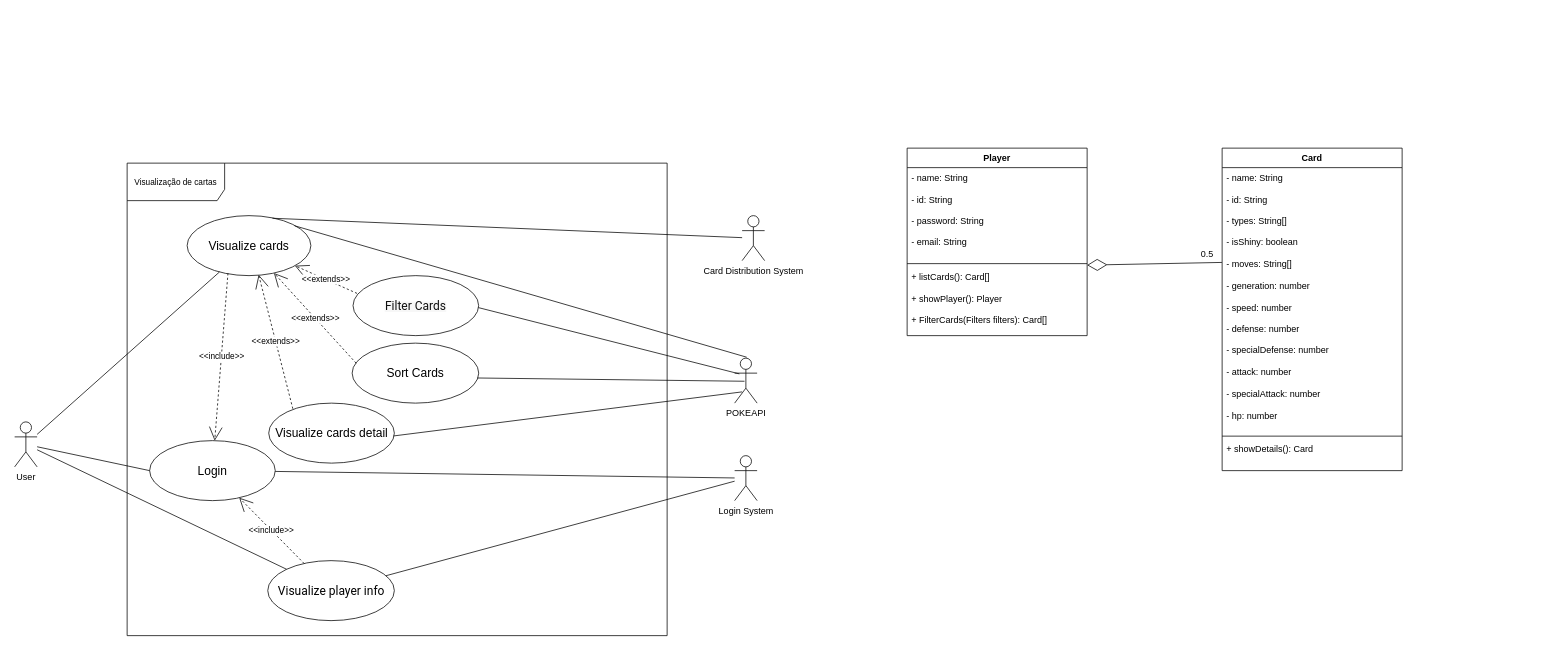
Earlier version of the draw.io diagram docs/UML projeto S03 V3.drawio (Inatel-S03-2025-2/visualizacao-de-cartas). Source tidied: cells renumbered, new cells numbered last; positions are measured from the earlier drawing's top-left corner, leaving out a move shared by most shapes. Both pictures are drawn from the tidied source at 75%, with x=0, y=0 at pixel (14, 148).
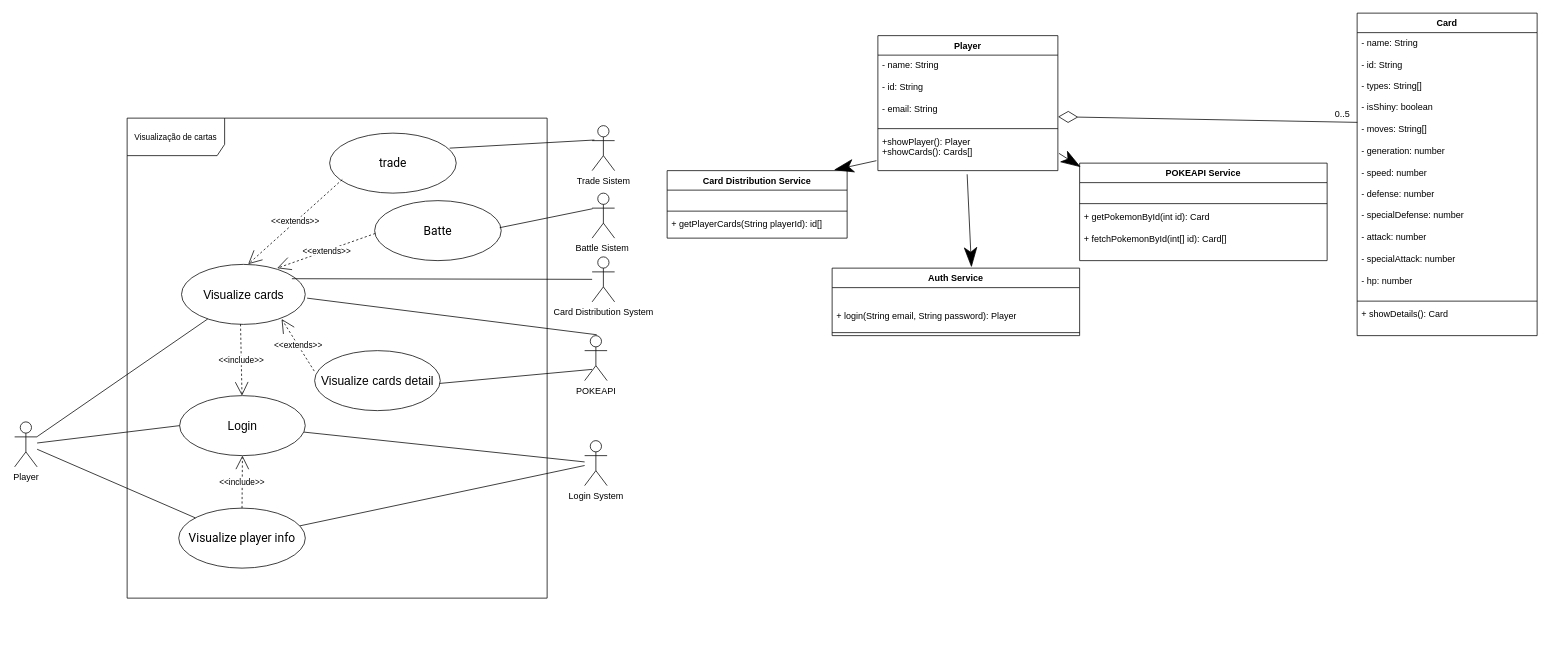
Above is the later version.

The change refers to these unchanged cells:
```xml
<mxCell id="30" value="- name: String&lt;div&gt;&lt;br&gt;&lt;/div&gt;&lt;div&gt;- id: String&lt;/div&gt;&lt;div&gt;&lt;br&gt;&lt;/div&gt;&lt;div&gt;- types: String[]&lt;/div&gt;&lt;div&gt;&lt;br&gt;&lt;/div&gt;&lt;div&gt;- isShiny: boolean&lt;/div&gt;&lt;div&gt;&lt;br&gt;&lt;/div&gt;&lt;div&gt;- moves: String[]&lt;/div&gt;&lt;div&gt;&lt;br&gt;&lt;/div&gt;&lt;div&gt;- generation: number&lt;/div&gt;&lt;div&gt;&lt;br&gt;&lt;/div&gt;&lt;div&gt;- speed: number&lt;/div&gt;&lt;div&gt;&lt;br&gt;&lt;/div&gt;&lt;div&gt;- defense: number&lt;/div&gt;&lt;div&gt;&lt;br&gt;&lt;/div&gt;&lt;div&gt;- specialDefense: number&lt;/div&gt;&lt;div&gt;&lt;br&gt;&lt;/div&gt;&lt;div&gt;- attack: number&lt;/div&gt;&lt;div&gt;&lt;br&gt;&lt;/div&gt;&lt;div&gt;- specialAttack: number&lt;/div&gt;&lt;div&gt;&lt;br&gt;&lt;/div&gt;&lt;div&gt;- hp: number&lt;/div&gt;" style="text;strokeColor=none;fillColor=none;align=left;verticalAlign=top;spacingLeft=4;spacingRight=4;overflow=hidden;points=[[0,0.5],[1,0.5]];portConstraint=eastwest;whiteSpace=wrap;html=1;" parent="29" vertex="1">
  <mxGeometry y="26" width="240" height="354" as="geometry" />
</mxCell>
```

Diff of the diagram source:
```diff
@@
     <mxCell id="2" value="&lt;div style=&quot;text-align: start;&quot;&gt;&lt;font face=&quot;Roboto, sans-serif&quot;&gt;&lt;span style=&quot;font-size: 16px; white-space-collapse: preserve;&quot;&gt;Visualize player info&lt;/span&gt;&lt;/font&gt;&lt;/div&gt;" style="ellipse;whiteSpace=wrap;html=1;" parent="1" vertex="1">
-      <mxGeometry x="337.5" y="550" width="168.8" height="80" as="geometry" />
+      <mxGeometry x="218.8" y="480" width="168.8" height="80" as="geometry" />
     </mxCell>
     <mxCell id="3" value="&lt;span style=&quot;font-size: 16px;&quot;&gt;Visualize cards&lt;/span&gt;" style="ellipse;whiteSpace=wrap;html=1;" parent="1" vertex="1">
-      <mxGeometry x="230" y="90" width="165" height="80" as="geometry" />
+      <mxGeometry x="222.5" y="155" width="165" height="80" as="geometry" />
     </mxCell>
-    <mxCell id="4" value="&lt;span style=&quot;color: rgb(17, 17, 17); font-family: Roboto, sans-serif; text-align: start; white-space-collapse: preserve; background-color: rgb(247, 247, 247);&quot;&gt;&lt;font style=&quot;font-size: 16px;&quot;&gt;Filter Cards&lt;/font&gt;&lt;/span&gt;" style="ellipse;whiteSpace=wrap;html=1;" parent="1" vertex="1">
-      <mxGeometry x="451.2" y="170" width="167.5" height="80" as="geometry" />
-    </mxCell>
-    <mxCell id="5" value="&lt;div style=&quot;text-align: start;&quot;&gt;&lt;font style=&quot;font-size: 16px;&quot;&gt;Sort Cards&lt;/font&gt;&lt;/div&gt;" style="ellipse;whiteSpace=wrap;html=1;" parent="1" vertex="1">
-      <mxGeometry x="450" y="260" width="168.8" height="80" as="geometry" />
-    </mxCell>
     <mxCell id="6" value="Visualização de cartas" style="shape=umlFrame;whiteSpace=wrap;html=1;fontFamily=Helvetica;fontSize=11;fontColor=default;labelBackgroundColor=default;width=130;height=50;" parent="1" vertex="1">
-      <mxGeometry x="150" y="20" width="720" height="630" as="geometry" />
+      <mxGeometry x="150" y="-40" width="560" height="640" as="geometry" />
     </mxCell>
     <mxCell id="7" value="&lt;font style=&quot;font-size: 16px;&quot;&gt;Visualize cards detail&lt;/font&gt;" style="ellipse;whiteSpace=wrap;html=1;" parent="1" vertex="1">
-      <mxGeometry x="338.8" y="340" width="167.5" height="80" as="geometry" />
+      <mxGeometry x="400" y="270" width="167.5" height="80" as="geometry" />
     </mxCell>
-    <mxCell id="8" value="&amp;lt;&amp;lt;extends&amp;gt;&amp;gt;" style="endArrow=open;endSize=16;endFill=0;html=1;rounded=0;strokeColor=default;align=center;verticalAlign=middle;fontFamily=Helvetica;fontSize=11;fontColor=default;labelBackgroundColor=default;dashed=1;exitX=0.192;exitY=0.094;exitDx=0;exitDy=0;exitPerimeter=0;entryX=0.578;entryY=0.986;entryDx=0;entryDy=0;entryPerimeter=0;" parent="1" edge="1" source="7" target="3">
+    <mxCell id="8" value="&amp;lt;&amp;lt;extends&amp;gt;&amp;gt;" style="endArrow=open;endSize=16;endFill=0;html=1;rounded=0;strokeColor=default;align=center;verticalAlign=middle;fontFamily=Helvetica;fontSize=11;fontColor=default;labelBackgroundColor=default;dashed=1;exitX=-0.003;exitY=0.341;exitDx=0;exitDy=0;exitPerimeter=0;entryX=0.809;entryY=0.911;entryDx=0;entryDy=0;entryPerimeter=0;" parent="1" edge="1" source="7" target="3">
       <mxGeometry relative="1" as="geometry" />
     </mxCell>
@@
-    <mxCell id="11" value="&lt;div&gt;User&lt;/div&gt;" style="shape=umlActor;verticalLabelPosition=bottom;verticalAlign=top;html=1;" parent="1" vertex="1">
+    <mxCell id="11" value="&lt;div&gt;Player&lt;/div&gt;" style="shape=umlActor;verticalLabelPosition=bottom;verticalAlign=top;html=1;" parent="1" vertex="1">
       <mxGeometry y="365" width="30" height="60" as="geometry" />
     </mxCell>
     <mxCell id="12" value="&lt;font style=&quot;font-size: 16px;&quot;&gt;Login&lt;/font&gt;" style="ellipse;whiteSpace=wrap;html=1;" parent="1" vertex="1">
-      <mxGeometry x="180" y="390" width="167.5" height="80" as="geometry" />
+      <mxGeometry x="220" y="330" width="167.5" height="80" as="geometry" />
     </mxCell>
@@
     <mxCell id="14" value="Login System&lt;div&gt;&lt;br&gt;&lt;/div&gt;" style="shape=umlActor;verticalLabelPosition=bottom;verticalAlign=top;html=1;" parent="1" vertex="1">
-      <mxGeometry x="960" y="410" width="30" height="60" as="geometry" />
+      <mxGeometry x="760" y="390" width="30" height="60" as="geometry" />
     </mxCell>
@@
-    <mxCell id="16" value="&amp;lt;&amp;lt;include&amp;gt;&amp;gt;" style="endArrow=open;endFill=0;html=1;rounded=0;dashed=1;jumpSize=16;endSize=16;exitX=0.33;exitY=0.96;exitDx=0;exitDy=0;exitPerimeter=0;" parent="1" edge="1" source="3" target="12">
+    <mxCell id="16" value="&amp;lt;&amp;lt;include&amp;gt;&amp;gt;" style="endArrow=open;endFill=0;html=1;rounded=0;dashed=1;jumpSize=16;endSize=16;exitX=0.477;exitY=0.996;exitDx=0;exitDy=0;exitPerimeter=0;" parent="1" edge="1" source="3" target="12">
       <mxGeometry relative="1" as="geometry" />
     </mxCell>
     <mxCell id="17" value="&lt;div&gt;Card Distribution System&lt;/div&gt;&lt;div&gt;&lt;br&gt;&lt;/div&gt;" style="shape=umlActor;verticalLabelPosition=bottom;verticalAlign=top;html=1;" parent="1" vertex="1">
-      <mxGeometry x="970" y="90" width="30" height="60" as="geometry" />
+      <mxGeometry x="770" y="145" width="30" height="60" as="geometry" />
     </mxCell>
-    <mxCell id="18" style="rounded=0;jettySize=auto;html=1;endArrow=none;endFill=0;entryX=0.689;entryY=0.044;entryDx=0;entryDy=0;entryPerimeter=0;" parent="1" edge="1" source="17" target="3">
+    <mxCell id="18" style="rounded=0;jettySize=auto;html=1;endArrow=none;endFill=0;entryX=0.892;entryY=0.239;entryDx=0;entryDy=0;entryPerimeter=0;" parent="1" edge="1" source="17" target="3">
       <mxGeometry relative="1" as="geometry" />
     </mxCell>
-    <mxCell id="19" value="&amp;lt;&amp;lt;extends&amp;gt;&amp;gt;" style="endArrow=open;endSize=16;endFill=0;html=1;rounded=0;strokeColor=default;align=center;verticalAlign=middle;fontFamily=Helvetica;fontSize=11;fontColor=default;labelBackgroundColor=default;dashed=1;exitX=0.032;exitY=0.335;exitDx=0;exitDy=0;exitPerimeter=0;" parent="1" edge="1" source="5" target="3">
-      <mxGeometry relative="1" as="geometry" />
-    </mxCell>
-    <mxCell id="20" value="&amp;lt;&amp;lt;extends&amp;gt;&amp;gt;" style="endArrow=open;endSize=16;endFill=0;html=1;rounded=0;strokeColor=default;align=center;verticalAlign=middle;fontFamily=Helvetica;fontSize=11;fontColor=default;labelBackgroundColor=default;dashed=1;exitX=0.032;exitY=0.296;exitDx=0;exitDy=0;exitPerimeter=0;startArrow=none;startFill=0;" parent="1" edge="1" source="4" target="3">
-      <mxGeometry relative="1" as="geometry" />
-    </mxCell>
@@
-    <mxCell id="23" style="rounded=0;jettySize=auto;html=1;endArrow=none;endFill=0;exitX=0.538;exitY=-0.02;exitDx=0;exitDy=0;exitPerimeter=0;entryX=0.868;entryY=0.169;entryDx=0;entryDy=0;entryPerimeter=0;" parent="1" edge="1" source="24" target="3">
+    <mxCell id="23" style="rounded=0;jettySize=auto;html=1;endArrow=none;endFill=0;exitX=0.538;exitY=-0.02;exitDx=0;exitDy=0;exitPerimeter=0;entryX=1.015;entryY=0.563;entryDx=0;entryDy=0;entryPerimeter=0;" parent="1" edge="1" source="24" target="3">
       <mxGeometry relative="1" as="geometry" />
     </mxCell>
     <mxCell id="24" value="POKEAPI" style="shape=umlActor;verticalLabelPosition=bottom;verticalAlign=top;html=1;" parent="1" vertex="1">
-      <mxGeometry x="960" y="280" width="30" height="60" as="geometry" />
+      <mxGeometry x="760" y="250" width="30" height="60" as="geometry" />
     </mxCell>
     <mxCell id="25" value="Player" style="swimlane;fontStyle=1;align=center;verticalAlign=top;horizontal=1;startSize=26;whiteSpace=wrap;html=1;" parent="1" vertex="1">
-      <mxGeometry x="1190" width="240" height="250" as="geometry" />
+      <mxGeometry x="1151" y="-150" width="240" height="180" as="geometry" />
     </mxCell>
-    <mxCell id="26" value="- name: String&lt;div&gt;&lt;br&gt;&lt;/div&gt;&lt;div&gt;- id: String&lt;/div&gt;&lt;div&gt;&lt;br&gt;&lt;/div&gt;&lt;div&gt;- password: String&lt;/div&gt;&lt;div&gt;&lt;br&gt;&lt;/div&gt;&lt;div&gt;- email: String&lt;/div&gt;&lt;div&gt;&lt;br&gt;&lt;/div&gt;" style="text;strokeColor=none;fillColor=none;align=left;verticalAlign=top;spacingLeft=4;spacingRight=4;overflow=hidden;points=[[0,0.5],[1,0.5]];portConstraint=eastwest;whiteSpace=wrap;html=1;" parent="25" vertex="1">
-      <mxGeometry y="26" width="240" height="124" as="geometry" />
+    <mxCell id="26" value="- name: String&lt;div&gt;&lt;br&gt;&lt;/div&gt;&lt;div&gt;- id: String&lt;/div&gt;&lt;div&gt;&lt;br&gt;&lt;/div&gt;&lt;div&gt;- email: String&lt;/div&gt;&lt;div&gt;&lt;br&gt;&lt;/div&gt;" style="text;strokeColor=none;fillColor=none;align=left;verticalAlign=top;spacingLeft=4;spacingRight=4;overflow=hidden;points=[[0,0.5],[1,0.5]];portConstraint=eastwest;whiteSpace=wrap;html=1;" parent="25" vertex="1">
+      <mxGeometry y="26" width="240" height="94" as="geometry" />
     </mxCell>
     <mxCell id="27" style="line;strokeWidth=1;fillColor=none;align=left;verticalAlign=middle;spacingTop=-1;spacingLeft=3;spacingRight=3;labelPosition=right;strokeColor=inherit;" parent="25" vertex="1">
-      <mxGeometry y="150" width="240" height="8" as="geometry" />
+      <mxGeometry y="120" width="240" height="8" as="geometry" />
     </mxCell>
-    <mxCell id="28" value="+ listCards(): Card[]&lt;div&gt;&lt;div&gt;&lt;br&gt;&lt;/div&gt;&lt;div&gt;+ showPlayer(): Player&lt;/div&gt;&lt;/div&gt;&lt;div&gt;&lt;br&gt;&lt;/div&gt;&lt;div&gt;+ FilterCards(Filters filters): Card[]&lt;/div&gt;" style="text;strokeColor=none;fillColor=none;align=left;verticalAlign=top;spacingLeft=4;spacingRight=4;overflow=hidden;points=[[0,0.5],[1,0.5]];portConstraint=eastwest;whiteSpace=wrap;html=1;" parent="25" vertex="1">
-      <mxGeometry y="158" width="240" height="92" as="geometry" />
+    <mxCell id="28" value="+showPlayer(): Player&lt;div&gt;+showCards(): Cards[]&lt;/div&gt;" style="text;strokeColor=none;fillColor=none;align=left;verticalAlign=top;spacingLeft=4;spacingRight=4;overflow=hidden;points=[[0,0.5],[1,0.5]];portConstraint=eastwest;whiteSpace=wrap;html=1;" parent="25" vertex="1">
+      <mxGeometry y="128" width="240" height="52" as="geometry" />
     </mxCell>
     <mxCell id="29" value="Card" style="swimlane;fontStyle=1;align=center;verticalAlign=top;horizontal=1;startSize=26;whiteSpace=wrap;html=1;" parent="1" vertex="1">
-      <mxGeometry x="1610" width="240" height="430" as="geometry" />
+      <mxGeometry x="1790" y="-180" width="240" height="430" as="geometry" />
     </mxCell>
@@
-    <mxCell id="33" style="endArrow=diamondThin;endFill=0;endSize=24;html=1;rounded=0;strokeColor=default;align=center;verticalAlign=middle;fontFamily=Helvetica;fontSize=11;fontColor=default;labelBackgroundColor=default;exitX=0.993;exitY=0.88;exitDx=0;exitDy=0;exitPerimeter=0;" parent="1" edge="1" source="34">
-      <mxGeometry relative="1" as="geometry">
-        <mxPoint x="1430" y="156" as="targetPoint" />
-      </mxGeometry>
+    <mxCell id="33" style="endArrow=diamondThin;endFill=0;endSize=24;html=1;rounded=0;strokeColor=default;align=center;verticalAlign=middle;fontFamily=Helvetica;fontSize=11;fontColor=default;labelBackgroundColor=default;exitX=0.001;exitY=0.338;exitDx=0;exitDy=0;exitPerimeter=0;entryX=1.001;entryY=0.874;entryDx=0;entryDy=0;entryPerimeter=0;" parent="1" edge="1" source="30" target="26">
+      <mxGeometry relative="1" as="geometry" />
     </mxCell>
-    <mxCell id="34" value="0.5" style="text;html=1;align=center;verticalAlign=middle;points=[];strokeColor=none;fillColor=none;" parent="1" vertex="1">
-      <mxGeometry x="1570" y="126" width="40" height="30" as="geometry" />
+    <mxCell id="34" value="0..5" style="text;html=1;align=center;verticalAlign=middle;points=[];strokeColor=none;fillColor=none;" parent="1" vertex="1">
+      <mxGeometry x="1750" y="-60" width="40" height="30" as="geometry" />
     </mxCell>
@@
-    <mxCell id="36" style="rounded=0;jettySize=auto;html=1;endArrow=none;endFill=0;exitX=0.439;exitY=0.514;exitDx=0;exitDy=0;exitPerimeter=0;entryX=0.989;entryY=0.581;entryDx=0;entryDy=0;entryPerimeter=0;" parent="1" edge="1" source="24" target="5">
-      <mxGeometry relative="1" as="geometry" />
-    </mxCell>
-    <mxCell id="37" style="rounded=0;jettySize=auto;html=1;endArrow=none;endFill=0;exitX=0.211;exitY=0.35;exitDx=0;exitDy=0;exitPerimeter=0;entryX=0.998;entryY=0.533;entryDx=0;entryDy=0;entryPerimeter=0;" parent="1" edge="1" source="24" target="4">
-      <mxGeometry relative="1" as="geometry" />
-    </mxCell>
+    <mxCell id="38" value="&lt;div style=&quot;text-align: start;&quot;&gt;&lt;font face=&quot;Roboto, sans-serif&quot;&gt;&lt;span style=&quot;font-size: 16px; white-space-collapse: preserve;&quot;&gt;Batte&lt;/span&gt;&lt;/font&gt;&lt;/div&gt;" style="ellipse;whiteSpace=wrap;html=1;" parent="1" vertex="1">
+      <mxGeometry x="480" y="70" width="168.8" height="80" as="geometry" />
+    </mxCell>
+    <mxCell id="39" value="&lt;div&gt;Battle Sistem&amp;nbsp;&lt;/div&gt;" style="shape=umlActor;verticalLabelPosition=bottom;verticalAlign=top;html=1;" parent="1" vertex="1">
+      <mxGeometry x="770" y="60" width="30" height="60" as="geometry" />
+    </mxCell>
+    <mxCell id="40" value="&amp;lt;&amp;lt;extends&amp;gt;&amp;gt;" style="endArrow=open;endSize=16;endFill=0;html=1;rounded=0;strokeColor=default;align=center;verticalAlign=middle;fontFamily=Helvetica;fontSize=11;fontColor=default;labelBackgroundColor=default;dashed=1;exitX=0.005;exitY=0.547;exitDx=0;exitDy=0;exitPerimeter=0;startArrow=none;startFill=0;entryX=0.773;entryY=0.063;entryDx=0;entryDy=0;entryPerimeter=0;" parent="1" edge="1" source="38" target="3">
+      <mxGeometry relative="1" as="geometry" />
+    </mxCell>
+    <mxCell id="41" style="rounded=0;jettySize=auto;html=1;endArrow=none;endFill=0;entryX=0.988;entryY=0.451;entryDx=0;entryDy=0;entryPerimeter=0;exitX=0.02;exitY=0.347;exitDx=0;exitDy=0;exitPerimeter=0;" parent="1" edge="1" source="39" target="38">
+      <mxGeometry relative="1" as="geometry" />
+    </mxCell>
+    <mxCell id="42" value="&lt;div style=&quot;text-align: start;&quot;&gt;&lt;font face=&quot;Roboto, sans-serif&quot;&gt;&lt;span style=&quot;font-size: 16px; white-space-collapse: preserve;&quot;&gt;trade&lt;/span&gt;&lt;/font&gt;&lt;/div&gt;" style="ellipse;whiteSpace=wrap;html=1;" parent="1" vertex="1">
+      <mxGeometry x="420" y="-20" width="168.8" height="80" as="geometry" />
+    </mxCell>
+    <mxCell id="43" value="&amp;lt;&amp;lt;extends&amp;gt;&amp;gt;" style="endArrow=open;endSize=16;endFill=0;html=1;rounded=0;strokeColor=default;align=center;verticalAlign=middle;fontFamily=Helvetica;fontSize=11;fontColor=default;labelBackgroundColor=default;dashed=1;startArrow=none;startFill=0;entryX=0.539;entryY=-0.004;entryDx=0;entryDy=0;entryPerimeter=0;exitX=0.1;exitY=0.773;exitDx=0;exitDy=0;exitPerimeter=0;" parent="1" edge="1" source="42" target="3">
+      <mxGeometry relative="1" as="geometry" />
+    </mxCell>
+    <mxCell id="44" value="&lt;div&gt;Trade Sistem&lt;/div&gt;" style="shape=umlActor;verticalLabelPosition=bottom;verticalAlign=top;html=1;" parent="1" vertex="1">
+      <mxGeometry x="770" y="-30" width="30" height="60" as="geometry" />
+    </mxCell>
+    <mxCell id="45" style="rounded=0;jettySize=auto;html=1;endArrow=none;endFill=0;entryX=0.948;entryY=0.25;entryDx=0;entryDy=0;entryPerimeter=0;exitX=0.1;exitY=0.32;exitDx=0;exitDy=0;exitPerimeter=0;" parent="1" edge="1" source="44" target="42">
+      <mxGeometry relative="1" as="geometry" />
+    </mxCell>
+    <mxCell id="46" value="Card Distribution Service" style="swimlane;fontStyle=1;align=center;verticalAlign=top;horizontal=1;startSize=26;whiteSpace=wrap;html=1;" parent="1" vertex="1">
+      <mxGeometry x="870" y="30" width="240" height="90" as="geometry" />
+    </mxCell>
+    <mxCell id="47" value="&lt;div&gt;&lt;br&gt;&lt;/div&gt;" style="text;strokeColor=none;fillColor=none;align=left;verticalAlign=top;spacingLeft=4;spacingRight=4;overflow=hidden;whiteSpace=wrap;html=1;" parent="46" vertex="1">
+      <mxGeometry y="26" width="240" height="24" as="geometry" />
+    </mxCell>
+    <mxCell id="48" style="line;strokeWidth=1;fillColor=none;align=left;verticalAlign=middle;spacingTop=-1;spacingLeft=3;spacingRight=3;labelPosition=right;strokeColor=inherit;" parent="46" vertex="1">
+      <mxGeometry y="50" width="240" height="8" as="geometry" />
+    </mxCell>
+    <mxCell id="49" value="+ getPlayerCards(String playerId): id[]&lt;div&gt;&lt;div&gt;&lt;br&gt;&lt;/div&gt;&lt;/div&gt;" style="text;strokeColor=none;fillColor=none;align=left;verticalAlign=top;spacingLeft=4;spacingRight=4;overflow=hidden;whiteSpace=wrap;html=1;" parent="46" vertex="1">
+      <mxGeometry y="58" width="240" height="32" as="geometry" />
+    </mxCell>
+    <mxCell id="50" value="Auth Service" style="swimlane;fontStyle=1;align=center;verticalAlign=top;horizontal=1;startSize=26;whiteSpace=wrap;html=1;" parent="1" vertex="1">
+      <mxGeometry x="1090" y="160" width="330" height="90" as="geometry" />
+    </mxCell>
+    <mxCell id="51" value="&lt;div&gt;&lt;br&gt;&lt;/div&gt;" style="text;strokeColor=none;fillColor=none;align=left;verticalAlign=top;spacingLeft=4;spacingRight=4;overflow=hidden;whiteSpace=wrap;html=1;" parent="50" vertex="1">
+      <mxGeometry y="26" width="330" height="24" as="geometry" />
+    </mxCell>
+    <mxCell id="52" value="+ login(String email, String password): Player&lt;div&gt;&lt;div&gt;&lt;br&gt;&lt;/div&gt;&lt;/div&gt;" style="text;strokeColor=none;fillColor=none;align=left;verticalAlign=top;spacingLeft=4;spacingRight=4;overflow=hidden;whiteSpace=wrap;html=1;" parent="50" vertex="1">
+      <mxGeometry y="50" width="330" height="32" as="geometry" />
+    </mxCell>
+    <mxCell id="53" style="line;strokeWidth=1;fillColor=none;align=left;verticalAlign=middle;spacingTop=-1;spacingLeft=3;spacingRight=3;labelPosition=right;strokeColor=inherit;" parent="50" vertex="1">
+      <mxGeometry y="82" width="330" height="8" as="geometry" />
+    </mxCell>
+    <mxCell id="54" value="POKEAPI Service" style="swimlane;fontStyle=1;align=center;verticalAlign=top;horizontal=1;startSize=26;whiteSpace=wrap;html=1;" parent="1" vertex="1">
+      <mxGeometry x="1420" y="20" width="330" height="130" as="geometry" />
+    </mxCell>
+    <mxCell id="55" value="&lt;div&gt;&lt;br&gt;&lt;/div&gt;" style="text;strokeColor=none;fillColor=none;align=left;verticalAlign=top;spacingLeft=4;spacingRight=4;overflow=hidden;whiteSpace=wrap;html=1;" parent="54" vertex="1">
+      <mxGeometry y="26" width="330" height="24" as="geometry" />
+    </mxCell>
+    <mxCell id="56" style="line;strokeWidth=1;fillColor=none;align=left;verticalAlign=middle;spacingTop=-1;spacingLeft=3;spacingRight=3;labelPosition=right;strokeColor=inherit;" parent="54" vertex="1">
+      <mxGeometry y="50" width="330" height="8" as="geometry" />
+    </mxCell>
+    <mxCell id="57" value="+ getPokemonById(int id): Card&lt;div&gt;&lt;br&gt;&lt;/div&gt;&lt;div&gt;+ fetchPokemonById(int[] id): Card[]&lt;/div&gt;" style="text;strokeColor=none;fillColor=none;align=left;verticalAlign=top;spacingLeft=4;spacingRight=4;overflow=hidden;whiteSpace=wrap;html=1;" parent="54" vertex="1">
+      <mxGeometry y="58" width="330" height="72" as="geometry" />
+    </mxCell>
+    <mxCell id="58" style="endArrow=classicThin;endFill=1;endSize=24;html=1;rounded=0;strokeColor=default;align=center;verticalAlign=middle;fontFamily=Helvetica;fontSize=11;fontColor=default;labelBackgroundColor=default;exitX=0.496;exitY=1.094;exitDx=0;exitDy=0;exitPerimeter=0;entryX=0.563;entryY=-0.014;entryDx=0;entryDy=0;entryPerimeter=0;" parent="1" edge="1" source="28" target="50">
+      <mxGeometry relative="1" as="geometry" />
+    </mxCell>
+    <mxCell id="59" style="endArrow=classicThin;endFill=1;endSize=24;html=1;rounded=0;strokeColor=default;align=center;verticalAlign=middle;fontFamily=Helvetica;fontSize=11;fontColor=default;labelBackgroundColor=default;exitX=-0.008;exitY=0.745;exitDx=0;exitDy=0;exitPerimeter=0;entryX=0.927;entryY=-0.009;entryDx=0;entryDy=0;entryPerimeter=0;" parent="1" edge="1" source="28" target="46">
+      <mxGeometry relative="1" as="geometry" />
+    </mxCell>
+    <mxCell id="60" style="endArrow=classicThin;endFill=1;endSize=24;html=1;rounded=0;strokeColor=default;align=center;verticalAlign=middle;fontFamily=Helvetica;fontSize=11;fontColor=default;labelBackgroundColor=default;exitX=1.006;exitY=0.557;exitDx=0;exitDy=0;exitPerimeter=0;entryX=0.004;entryY=0.04;entryDx=0;entryDy=0;entryPerimeter=0;" parent="1" edge="1" source="28" target="54">
+      <mxGeometry relative="1" as="geometry" />
+    </mxCell>
```
